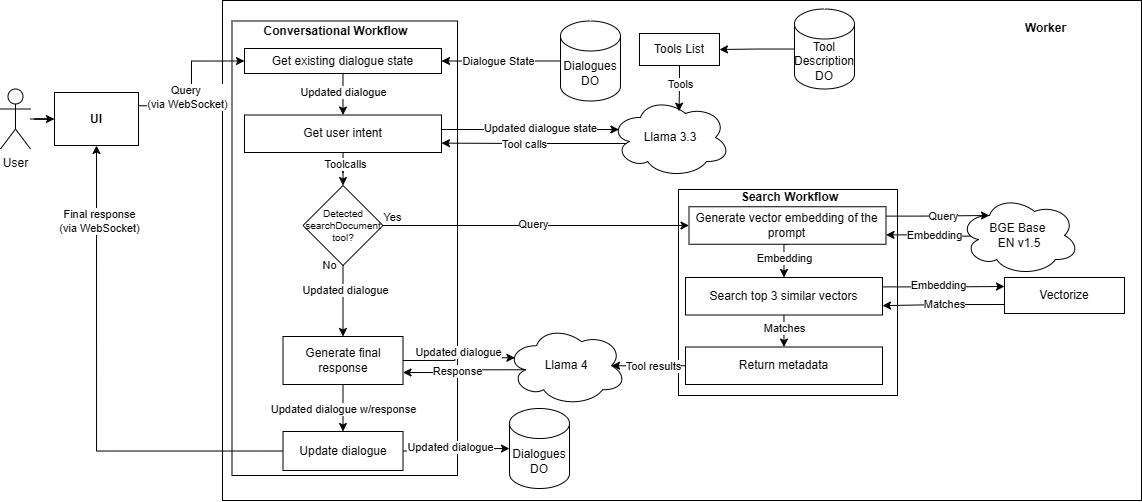
This is diagrams/conversational_pipeline.png from jaimerusso/cf_ai_tbot_lite, a draw.io export, as it was before one commit. Source tidied: cells renumbered, new cells last; positions are measured from the earlier drawing's top-left corner, leaving out a move shared by most shapes.
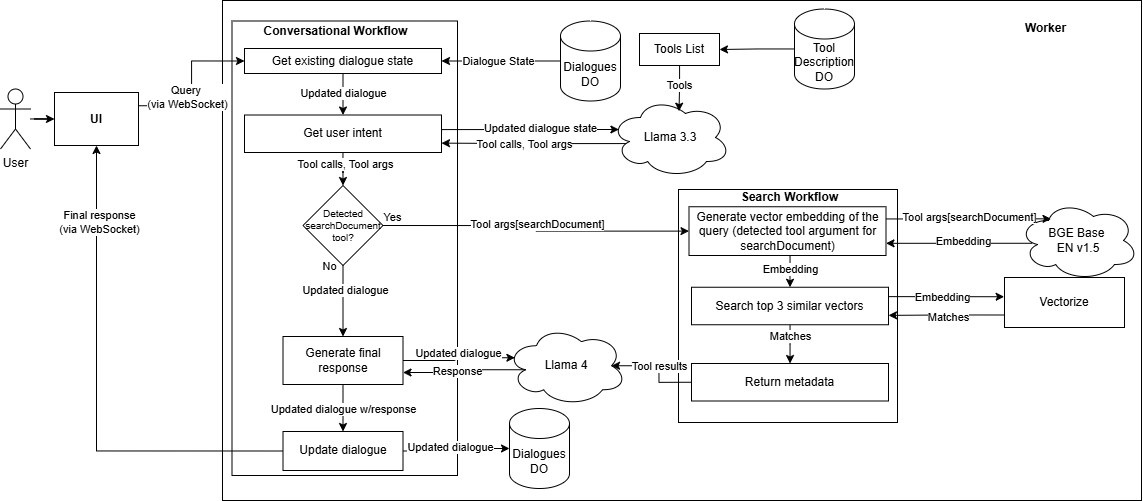
Later version of the same file.

Diff of the diagram source:
```diff
@@ -56,7 +56,7 @@
     <mxCell id="17" style="edgeStyle=orthogonalEdgeStyle;rounded=0;jettySize=auto;html=1;entryX=0.5;entryY=0;entryDx=0;entryDy=0;textShadow=0;labelBorderColor=none;" parent="1" edge="1" source="19" target="31">
       <mxGeometry relative="1" as="geometry" />
     </mxCell>
-    <mxCell id="18" value="Toolcalls" style="edgeLabel;html=1;align=center;verticalAlign=middle;" parent="17" vertex="1">
+    <mxCell id="18" value="Tool calls, Tool args" style="edgeLabel;html=1;align=center;verticalAlign=middle;" parent="17" vertex="1">
       <mxGeometry x="0.52" relative="1" as="geometry">
         <mxPoint x="2" y="-10" as="offset" />
       </mxGeometry>
@@ -72,7 +72,7 @@
         </Array>
       </mxGeometry>
     </mxCell>
-    <mxCell id="21" value="Tool calls" style="edgeLabel;html=1;align=center;verticalAlign=middle;" parent="20" vertex="1">
+    <mxCell id="21" value="Tool calls, Tool args" style="edgeLabel;html=1;align=center;verticalAlign=middle;" parent="20" vertex="1">
       <mxGeometry x="0.05" y="3" relative="1" as="geometry">
         <mxPoint x="-8" y="-3" as="offset" />
       </mxGeometry>
@@ -107,7 +107,7 @@
     <mxCell id="29" style="edgeStyle=orthogonalEdgeStyle;rounded=0;jettySize=auto;html=1;exitX=1;exitY=0.5;exitDx=0;exitDy=0;entryX=0;entryY=0.5;entryDx=0;entryDy=0;" parent="1" edge="1" source="31" target="53">
       <mxGeometry relative="1" as="geometry" />
     </mxCell>
-    <mxCell id="30" value="Query" style="edgeLabel;html=1;align=center;verticalAlign=middle;" parent="29" vertex="1">
+    <mxCell id="30" value="Tool args[searchDocument]" style="edgeLabel;html=1;align=center;verticalAlign=middle;" parent="29" vertex="1">
       <mxGeometry x="-0.07" y="1" relative="1" as="geometry">
         <mxPoint x="9" y="-1" as="offset" />
       </mxGeometry>
@@ -122,7 +122,7 @@
       <mxGeometry x="794" y="8.5" width="60" height="80" as="geometry" />
     </mxCell>
     <mxCell id="34" style="rounded=0;whiteSpace=wrap;html=1;fillColor=none;" parent="1" vertex="1">
-      <mxGeometry x="678" y="189" width="219" height="206" as="geometry" />
+      <mxGeometry x="678" y="189" width="219" height="233" as="geometry" />
     </mxCell>
     <mxCell id="35" style="edgeStyle=orthogonalEdgeStyle;rounded=0;jettySize=auto;html=1;exitX=0.5;exitY=1;exitDx=0;exitDy=0;entryX=0.5;entryY=0;entryDx=0;entryDy=0;" parent="1" edge="1" source="36" target="47">
       <mxGeometry relative="1" as="geometry" />
@@ -188,18 +188,18 @@
         <mxPoint x="1" y="-4" as="offset" />
       </mxGeometry>
     </mxCell>
-    <mxCell id="53" value="Generate vector embedding of the prompt" style="rounded=0;whiteSpace=wrap;html=1;" parent="1" vertex="1">
-      <mxGeometry x="688.5" y="206.2" width="197" height="37.5" as="geometry" />
+    <mxCell id="53" value="Generate vector embedding of the query (detected tool argument for searchDocument)" style="rounded=0;whiteSpace=wrap;html=1;" parent="1" vertex="1">
+      <mxGeometry x="688.5" y="206.2" width="197" height="48.8" as="geometry" />
     </mxCell>
     <mxCell id="54" value="Search Workflow" style="text;html=1;whiteSpace=wrap;strokeColor=none;fillColor=none;align=center;verticalAlign=middle;rounded=0;fontStyle=1;" parent="1" vertex="1">
       <mxGeometry x="711" y="182" width="157" height="30" as="geometry" />
     </mxCell>
-    <mxCell id="55" style="edgeStyle=orthogonalEdgeStyle;rounded=0;jettySize=auto;html=1;exitX=1;exitY=0.25;exitDx=0;exitDy=0;entryX=0;entryY=0.25;entryDx=0;entryDy=0;" parent="1" edge="1" source="59" target="62">
+    <mxCell id="55" style="edgeStyle=orthogonalEdgeStyle;rounded=0;jettySize=auto;html=1;exitX=1;exitY=0.25;exitDx=0;exitDy=0;entryX=-0.003;entryY=0.385;entryDx=0;entryDy=0;entryPerimeter=0;" parent="1" edge="1" source="59" target="62">
       <mxGeometry relative="1" as="geometry" />
     </mxCell>
     <mxCell id="56" value="Embedding" style="edgeLabel;html=1;align=center;verticalAlign=middle;" parent="55" vertex="1">
       <mxGeometry x="-0.34" y="2" relative="1" as="geometry">
-        <mxPoint x="15" as="offset" />
+        <mxPoint x="15" y="2" as="offset" />
       </mxGeometry>
     </mxCell>
     <mxCell id="57" style="edgeStyle=orthogonalEdgeStyle;rounded=0;jettySize=auto;html=1;" parent="1" edge="1" source="59" target="63">
@@ -209,21 +209,21 @@
       <mxGeometry x="-0.46" relative="1" as="geometry" />
     </mxCell>
     <mxCell id="59" value="Search top 3 similar vectors" style="rounded=0;whiteSpace=wrap;html=1;" parent="1" vertex="1">
-      <mxGeometry x="685" y="277" width="197" height="37.5" as="geometry" />
+      <mxGeometry x="691" y="286.8" width="197" height="37.5" as="geometry" />
     </mxCell>
     <mxCell id="60" style="edgeStyle=orthogonalEdgeStyle;rounded=0;jettySize=auto;html=1;exitX=0;exitY=0.75;exitDx=0;exitDy=0;entryX=1;entryY=0.75;entryDx=0;entryDy=0;" parent="1" edge="1" source="62" target="59">
       <mxGeometry relative="1" as="geometry" />
     </mxCell>
     <mxCell id="61" value="Matches" style="edgeLabel;html=1;align=center;verticalAlign=middle;" parent="60" vertex="1">
       <mxGeometry y="-1" relative="1" as="geometry">
-        <mxPoint x="1" y="-1" as="offset" />
+        <mxPoint x="1" y="2" as="offset" />
       </mxGeometry>
     </mxCell>
     <mxCell id="62" value="Vectorize" style="rounded=0;whiteSpace=wrap;html=1;" parent="1" vertex="1">
-      <mxGeometry x="1004" y="277" width="120" height="36" as="geometry" />
+      <mxGeometry x="1004" y="277" width="120" height="50" as="geometry" />
     </mxCell>
     <mxCell id="63" value="Return metadata" style="rounded=0;whiteSpace=wrap;html=1;" parent="1" vertex="1">
-      <mxGeometry x="685" y="346.5" width="197" height="37.5" as="geometry" />
+      <mxGeometry x="691" y="363" width="197" height="37.5" as="geometry" />
     </mxCell>
     <mxCell id="64" style="edgeStyle=orthogonalEdgeStyle;rounded=0;jettySize=auto;html=1;exitX=0;exitY=0.5;exitDx=0;exitDy=0;entryX=0.875;entryY=0.5;entryDx=0;entryDy=0;entryPerimeter=0;" parent="1" edge="1" source="63" target="39">
       <mxGeometry relative="1" as="geometry" />
@@ -237,22 +237,26 @@
       <mxGeometry x="967" y="13" width="157" height="30" as="geometry" />
     </mxCell>
     <mxCell id="67" style="edgeStyle=orthogonalEdgeStyle;rounded=0;jettySize=auto;html=1;entryX=1;entryY=0.75;entryDx=0;entryDy=0;exitX=0.111;exitY=0.508;exitDx=0;exitDy=0;exitPerimeter=0;" parent="1" edge="1" source="69" target="53">
-      <mxGeometry relative="1" as="geometry" />
+      <mxGeometry relative="1" as="geometry">
+        <Array as="points">
+          <mxPoint x="1031" y="243" />
+        </Array>
+      </mxGeometry>
     </mxCell>
     <mxCell id="68" value="Embedding" style="edgeLabel;html=1;align=center;verticalAlign=middle;" parent="67" vertex="1">
       <mxGeometry x="-0.07" y="1" relative="1" as="geometry">
-        <mxPoint x="2" y="-2" as="offset" />
+        <mxPoint x="-2" y="-4" as="offset" />
       </mxGeometry>
     </mxCell>
     <mxCell id="69" value="BGE Base&amp;nbsp;&lt;div&gt;EN v1.5&lt;/div&gt;" style="ellipse;shape=cloud;whiteSpace=wrap;html=1;" parent="1" vertex="1">
-      <mxGeometry x="959" y="195" width="120" height="80" as="geometry" />
+      <mxGeometry x="1018" y="200" width="120" height="80" as="geometry" />
     </mxCell>
-    <mxCell id="70" style="edgeStyle=orthogonalEdgeStyle;rounded=0;jettySize=auto;html=1;exitX=1;exitY=0.25;exitDx=0;exitDy=0;entryX=0.25;entryY=0.25;entryDx=0;entryDy=0;entryPerimeter=0;" parent="1" edge="1" source="53" target="69">
+    <mxCell id="70" style="edgeStyle=orthogonalEdgeStyle;rounded=0;jettySize=auto;html=1;exitX=1;exitY=0.25;exitDx=0;exitDy=0;entryX=0.271;entryY=0.229;entryDx=0;entryDy=0;entryPerimeter=0;" parent="1" edge="1" source="53" target="69">
       <mxGeometry relative="1" as="geometry" />
     </mxCell>
-    <mxCell id="71" value="Query" style="edgeLabel;html=1;align=center;verticalAlign=middle;" parent="70" vertex="1">
+    <mxCell id="71" value="Tool args[searchDocument]" style="edgeLabel;html=1;align=center;verticalAlign=middle;" parent="70" vertex="1">
       <mxGeometry x="0.26" relative="1" as="geometry">
-        <mxPoint x="-8" as="offset" />
+        <mxPoint x="-22" y="-2" as="offset" />
       </mxGeometry>
     </mxCell>
   </root>
```
